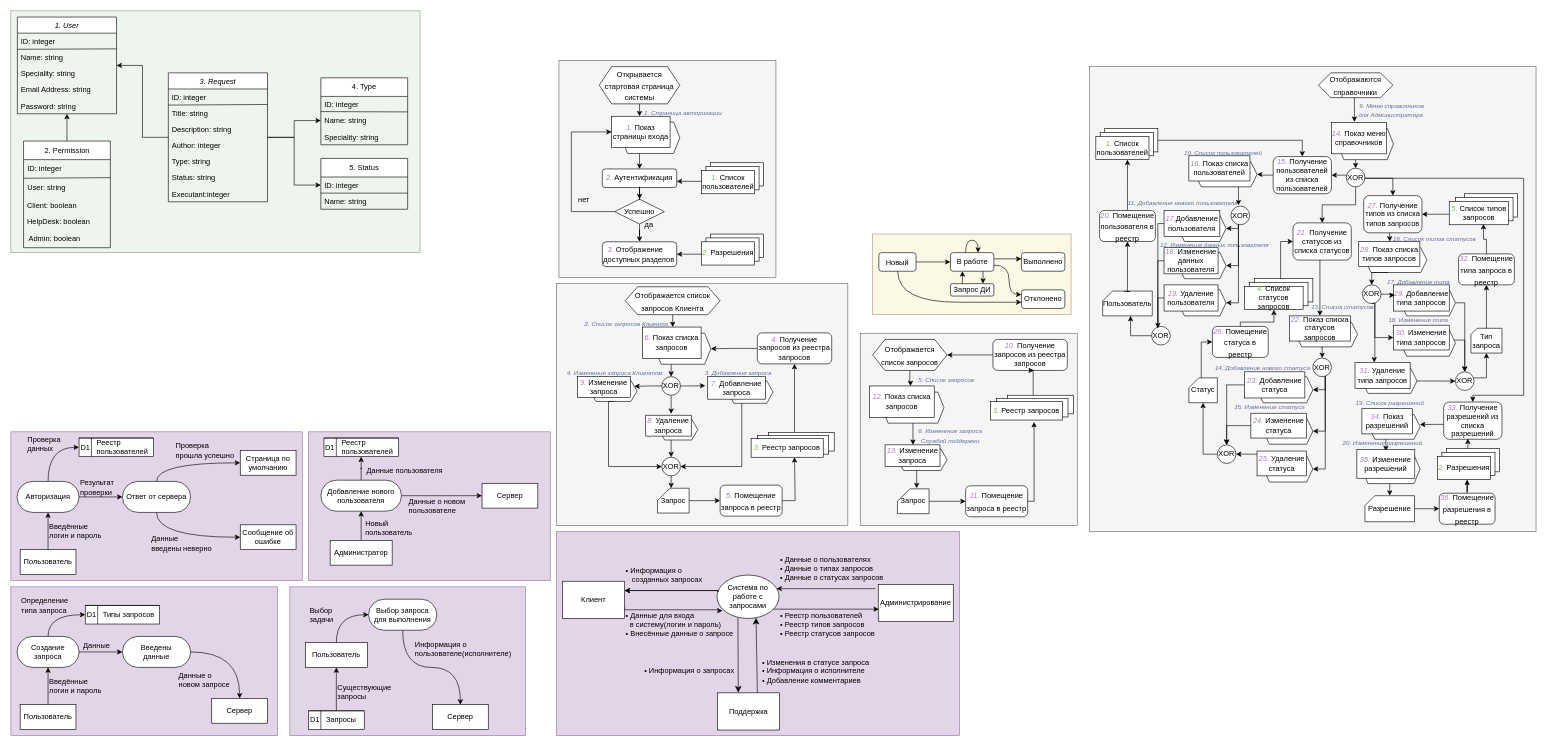
Above: Диаграмма без названия.drawio in Fuamau/BlogProvider (draw.io), before the change. Source tidied: cells renumbered, new cells numbered last; positions are measured from the earlier drawing's top-left corner, leaving out a move shared by most shapes. Both pictures are drawn from the tidied source at 62%, with x=0, y=0 at pixel (11, 11).
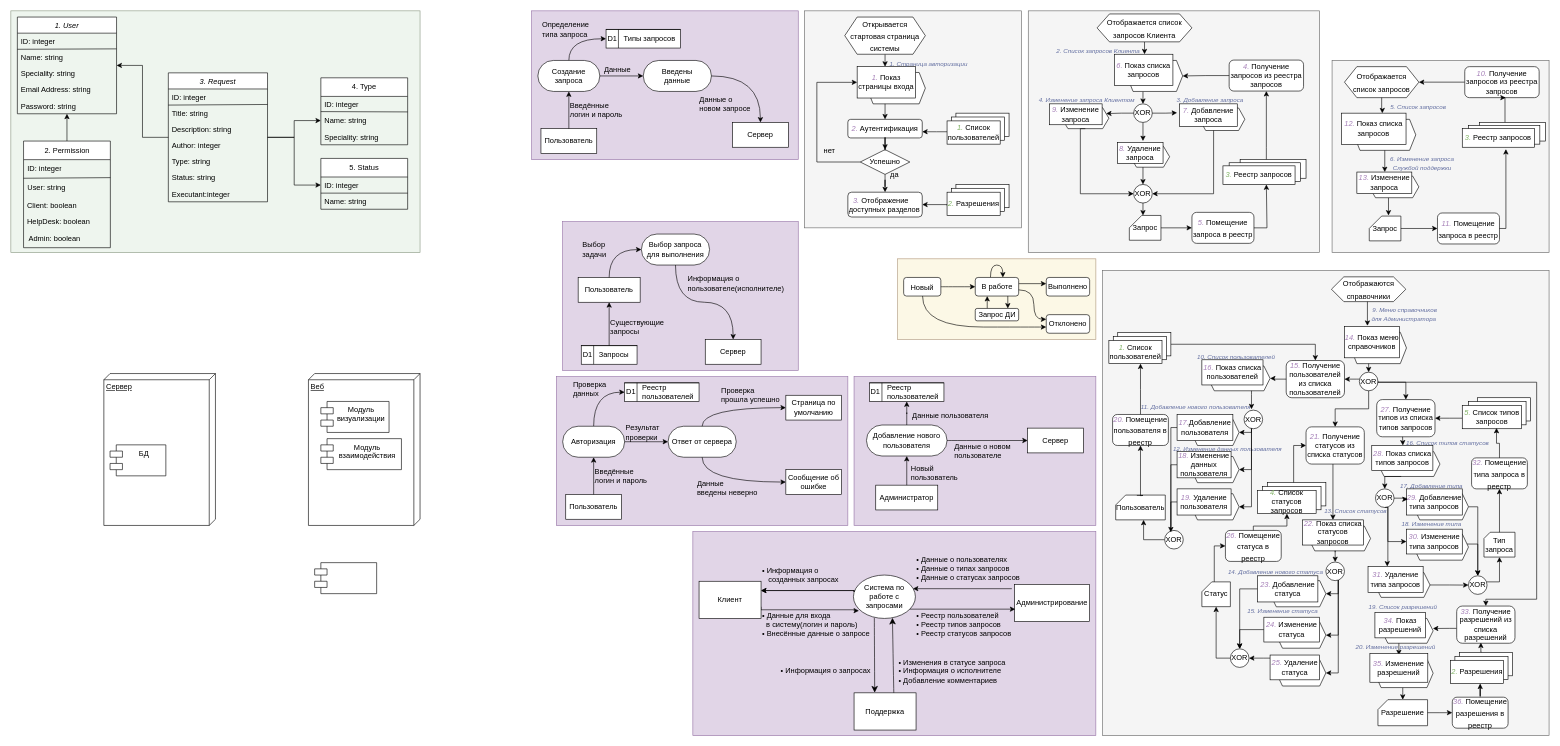
The same page after the edit.

What changed in the source:
```diff
@@
     <mxCell id="2" style="group;fillColor=#e1d5e7;strokeColor=#9673a6;" parent="1" vertex="1">
-      <mxGeometry x="880" y="840" width="650" height="329" as="geometry" />
+      <mxGeometry x="1100" y="840" width="650" height="329" as="geometry" />
     </mxCell>
     <mxCell id="3" style="group;" parent="1" vertex="1">
-      <mxGeometry y="929" width="430" height="240" as="geometry" />
+      <mxGeometry x="840" width="430" height="240" as="geometry" />
     </mxCell>
@@
     <mxCell id="19" style="group;" parent="1" vertex="1">
-      <mxGeometry x="450" y="929" width="380" height="240" as="geometry" />
+      <mxGeometry x="890" y="340" width="380" height="240" as="geometry" />
     </mxCell>
@@
     <mxCell id="32" style="group;" parent="1" vertex="1">
-      <mxGeometry y="679" width="470" height="240" as="geometry" />
+      <mxGeometry x="880" y="590" width="470" height="240" as="geometry" />
     </mxCell>
@@
     <mxCell id="51" style="edgeStyle=orthogonalEdgeStyle;rounded=0;jettySize=auto;html=1;exitX=0.013;exitY=0.357;exitDx=0;exitDy=0;exitPerimeter=0;entryX=1;entryY=0.25;entryDx=0;entryDy=0;" parent="1" edge="1" source="53" target="55">
       <mxGeometry relative="1" as="geometry">
         <Array as="points">
-          <mxPoint x="1140" y="937" />
-          <mxPoint x="1140" y="935" />
+          <mxPoint x="1360" y="937" />
+          <mxPoint x="1360" y="935" />
         </Array>
       </mxGeometry>
     </mxCell>
@@
     <mxCell id="53" value="Система по работе с запросами" style="ellipse;whiteSpace=wrap;html=1;shadow=0;" parent="1" vertex="1">
-      <mxGeometry x="1139" y="910" width="100" height="70" as="geometry" />
+      <mxGeometry x="1359" y="910" width="100" height="70" as="geometry" />
     </mxCell>
     <mxCell id="54" style="edgeStyle=orthogonalEdgeStyle;rounded=0;jettySize=auto;html=1;exitX=1;exitY=0.686;exitDx=0;exitDy=0;exitPerimeter=0;entryX=0.089;entryY=0.822;entryDx=0;entryDy=0;entryPerimeter=0;" parent="1" edge="1" source="55" target="53">
       <mxGeometry relative="1" as="geometry">
         <Array as="points">
-          <mxPoint x="980" y="966" />
-          <mxPoint x="1140" y="966" />
-          <mxPoint x="1140" y="968" />
-          <mxPoint x="1148" y="968" />
+          <mxPoint x="1200" y="966" />
+          <mxPoint x="1360" y="966" />
+          <mxPoint x="1360" y="968" />
+          <mxPoint x="1368" y="968" />
         </Array>
       </mxGeometry>
     </mxCell>
     <mxCell id="55" value="Клиент" style="whiteSpace=wrap;html=1;" parent="1" vertex="1">
-      <mxGeometry x="890" y="920" width="100" height="60" as="geometry" />
+      <mxGeometry x="1110" y="920" width="100" height="60" as="geometry" />
     </mxCell>
@@
     <mxCell id="57" value="Администрирование" style="whiteSpace=wrap;html=1;" parent="1" vertex="1">
-      <mxGeometry x="1399" y="925" width="121" height="60" as="geometry" />
+      <mxGeometry x="1619" y="925" width="121" height="60" as="geometry" />
     </mxCell>
     <mxCell id="58" value="• Данные о пользователях&lt;br&gt;• Данные о типах запросов&lt;br&gt;• Данные о статусах запросов" style="text;html=1;align=left;verticalAlign=middle;strokeColor=none;fillColor=none;" parent="1" vertex="1">
-      <mxGeometry x="1239" y="870" width="190" height="60" as="geometry" />
+      <mxGeometry x="1459" y="870" width="190" height="60" as="geometry" />
     </mxCell>
     <mxCell id="59" value="• Реестр пользователей&lt;br&gt;• Реестр типов запросов&lt;br&gt;• Реестр статусов запросов" style="text;html=1;align=left;verticalAlign=middle;strokeColor=none;fillColor=none;" parent="1" vertex="1">
-      <mxGeometry x="1239" y="960" width="180" height="60" as="geometry" />
+      <mxGeometry x="1459" y="960" width="180" height="60" as="geometry" />
     </mxCell>
     <mxCell id="60" value="• Информация о &lt;br&gt;&amp;nbsp; &amp;nbsp;созданных запросах&lt;br&gt;" style="text;html=1;align=left;verticalAlign=middle;strokeColor=none;fillColor=none;" parent="1" vertex="1">
-      <mxGeometry x="990" y="890" width="150" height="40" as="geometry" />
+      <mxGeometry x="1210" y="890" width="150" height="40" as="geometry" />
     </mxCell>
     <mxCell id="61" value="• Данные для входа &lt;br&gt;&lt;div style=&quot;&quot;&gt;&lt;span style=&quot;background-color: initial;&quot;&gt;&amp;nbsp; в систему(логин и пароль)&lt;/span&gt;&lt;/div&gt;• Внесённые данные о запросе" style="text;html=1;align=left;verticalAlign=middle;strokeColor=none;fillColor=none;" parent="1" vertex="1">
-      <mxGeometry x="990" y="960" width="200" height="60" as="geometry" />
+      <mxGeometry x="1210" y="960" width="200" height="60" as="geometry" />
     </mxCell>
     <mxCell id="62" style="edgeStyle=orthogonalEdgeStyle;rounded=0;orthogonalLoop=1;jettySize=auto;html=1;exitX=1;exitY=1;exitDx=0;exitDy=0;" parent="1" edge="1">
       <mxGeometry relative="1" as="geometry">
-        <mxPoint x="1230" y="965" as="sourcePoint" />
-        <mxPoint x="1400" y="965" as="targetPoint" />
+        <mxPoint x="1450" y="965" as="sourcePoint" />
+        <mxPoint x="1620" y="965" as="targetPoint" />
       </mxGeometry>
     </mxCell>
@@
     <mxCell id="64" value="Поддержка" style="whiteSpace=wrap;html=1;" parent="1" vertex="1">
-      <mxGeometry x="1140" y="1100" width="100" height="60" as="geometry" />
+      <mxGeometry x="1360" y="1100" width="100" height="60" as="geometry" />
     </mxCell>
@@
     <mxCell id="66" style="edgeStyle=orthogonalEdgeStyle;rounded=0;orthogonalLoop=1;jettySize=auto;html=1;exitX=0.013;exitY=0.357;exitDx=0;exitDy=0;exitPerimeter=0;entryX=1;entryY=0.25;entryDx=0;entryDy=0;" parent="1" edge="1">
       <mxGeometry relative="1" as="geometry">
-        <mxPoint x="1140" y="935" as="sourcePoint" />
-        <mxPoint x="990" y="935" as="targetPoint" />
+        <mxPoint x="1360" y="935" as="sourcePoint" />
+        <mxPoint x="1210" y="935" as="targetPoint" />
         <Array as="points">
-          <mxPoint x="1140" y="937" />
-          <mxPoint x="1140" y="935" />
+          <mxPoint x="1360" y="937" />
+          <mxPoint x="1360" y="935" />
         </Array>
       </mxGeometry>
     </mxCell>
     <mxCell id="67" value="• Информация о запросах" style="text;html=1;align=left;verticalAlign=middle;strokeColor=none;fillColor=none;" parent="1" vertex="1">
-      <mxGeometry x="1020" y="1050" width="170" height="30" as="geometry" />
+      <mxGeometry x="1240" y="1050" width="170" height="30" as="geometry" />
     </mxCell>
     <mxCell id="68" value="• Изменения в статусе запроса&lt;br&gt;• Информация о исполнителе&lt;br&gt;• Добавление комментариев" style="text;html=1;align=left;verticalAlign=middle;strokeColor=none;fillColor=none;" parent="1" vertex="1">
-      <mxGeometry x="1210" y="1034.5" width="200" height="60" as="geometry" />
+      <mxGeometry x="1430" y="1034.5" width="200" height="60" as="geometry" />
     </mxCell>
     <mxCell id="69" style="text;strokeColor=#9673a6;fillColor=#e1d5e7;align=left;verticalAlign=middle;spacingTop=-1;spacingLeft=4;spacingRight=4;labelPosition=right;" parent="1" vertex="1">
-      <mxGeometry x="480" y="679" width="390" height="240" as="geometry" />
+      <mxGeometry x="1360" y="590" width="390" height="240" as="geometry" />
     </mxCell>
     <mxCell id="70" value="Сервер" style="whiteSpace=wrap;html=1;" parent="1" vertex="1">
-      <mxGeometry x="760" y="762" width="90" height="40" as="geometry" />
+      <mxGeometry x="1640" y="673" width="90" height="40" as="geometry" />
     </mxCell>
     <mxCell id="71" value="Администратор" style="whiteSpace=wrap;html=1;" parent="1" vertex="1">
-      <mxGeometry x="515" y="854" width="100" height="40" as="geometry" />
+      <mxGeometry x="1395" y="765" width="100" height="40" as="geometry" />
     </mxCell>
@@
     <mxCell id="73" value="Добавление нового пользователя" style="rounded=1;whiteSpace=wrap;html=1;arcSize=50;" parent="1" vertex="1">
-      <mxGeometry x="500" y="757" width="130" height="50" as="geometry" />
+      <mxGeometry x="1380" y="668" width="130" height="50" as="geometry" />
     </mxCell>
@@
     <mxCell id="75" value="&lt;span style=&quot;white-space: pre;&quot;&gt;&#9;&lt;/span&gt;Реестр&lt;br&gt;&amp;nbsp;&amp;nbsp;&lt;span style=&quot;white-space: pre;&quot;&gt;&#9;&lt;/span&gt;пользователей" style="shape=internalStorage;whiteSpace=wrap;html=1;backgroundOutline=1;dx=20;dy=0;align=left;" parent="1" vertex="1">
-      <mxGeometry x="505" y="689" width="120" height="30" as="geometry" />
+      <mxGeometry x="1385" y="600" width="120" height="30" as="geometry" />
     </mxCell>
@@
     <mxCell id="77" value="D1" style="text;html=1;align=left;verticalAlign=middle;strokeColor=none;fillColor=none;" parent="1" vertex="1">
-      <mxGeometry x="505" y="689" width="40" height="30" as="geometry" />
+      <mxGeometry x="1385" y="600" width="40" height="30" as="geometry" />
     </mxCell>
     <mxCell id="78" value="Данные пользователя" style="text;html=1;align=center;verticalAlign=middle;strokeColor=none;fillColor=none;" parent="1" vertex="1">
-      <mxGeometry x="560" y="727" width="150" height="30" as="geometry" />
+      <mxGeometry x="1440" y="638" width="150" height="30" as="geometry" />
     </mxCell>
     <mxCell id="79" value="Новый &lt;br&gt;пользователь" style="text;html=1;align=left;verticalAlign=middle;strokeColor=none;fillColor=none;" parent="1" vertex="1">
-      <mxGeometry x="570" y="814" width="100" height="40" as="geometry" />
+      <mxGeometry x="1450" y="725" width="100" height="40" as="geometry" />
     </mxCell>
     <mxCell id="80" value="Данные о новом &lt;br&gt;пользователе" style="text;html=1;align=left;verticalAlign=middle;strokeColor=none;fillColor=none;" parent="1" vertex="1">
-      <mxGeometry x="640" y="779" width="110" height="40" as="geometry" />
+      <mxGeometry x="1520" y="690" width="110" height="40" as="geometry" />
     </mxCell>
     <mxCell id="81" style="group;" parent="1" vertex="1">
-      <mxGeometry x="1390" y="360" width="320" height="130" as="geometry" />
+      <mxGeometry x="1430" y="400" width="320" height="130" as="geometry" />
     </mxCell>
@@
     <mxCell id="134" style="group;" parent="1" vertex="1">
-      <mxGeometry x="1370" y="520" width="350" height="310" as="geometry" />
+      <mxGeometry x="2131" y="80" width="350" height="310" as="geometry" />
     </mxCell>
@@
     <mxCell id="159" style="group;" parent="1" vertex="1">
-      <mxGeometry x="880" y="440" width="470" height="390" as="geometry" />
+      <mxGeometry x="1641" width="470" height="390" as="geometry" />
     </mxCell>
@@
     <mxCell id="199" style="group;" parent="1" vertex="1">
-      <mxGeometry x="884" y="80" width="350" height="350" as="geometry" />
+      <mxGeometry x="1280" width="350" height="350" as="geometry" />
     </mxCell>
@@
     <mxCell id="224" style="group;" parent="1" vertex="1">
-      <mxGeometry x="1740" y="90" width="720" height="750" as="geometry" />
+      <mxGeometry x="1761" y="419" width="720" height="750" as="geometry" />
     </mxCell>
@@
+    <mxCell id="353" value="Веб" style="verticalAlign=top;align=left;spacingTop=8;spacingLeft=2;spacingRight=12;shape=cube;size=10;direction=south;fontStyle=4;html=1;whiteSpace=wrap;" parent="1" vertex="1">
+      <mxGeometry x="480" y="585" width="180" height="245" as="geometry" />
+    </mxCell>
+    <mxCell id="354" value="Сервер" style="verticalAlign=top;align=left;spacingTop=8;spacingLeft=2;spacingRight=12;shape=cube;size=10;direction=south;fontStyle=4;html=1;whiteSpace=wrap;" parent="1" vertex="1">
+      <mxGeometry x="150" y="585" width="180" height="245" as="geometry" />
+    </mxCell>
+    <mxCell id="355" value="Модуль визуализации" style="shape=module;align=left;spacingLeft=20;align=center;verticalAlign=top;whiteSpace=wrap;html=1;" parent="1" vertex="1">
+      <mxGeometry x="500" y="630" width="110" height="50" as="geometry" />
+    </mxCell>
+    <mxCell id="356" value="Модуль взаимодействия" style="shape=module;align=left;spacingLeft=20;align=center;verticalAlign=top;whiteSpace=wrap;html=1;" parent="1" vertex="1">
+      <mxGeometry x="500" y="690" width="130" height="50" as="geometry" />
+    </mxCell>
+    <mxCell id="357" value="БД" style="shape=module;align=center;spacingLeft=20;align=center;verticalAlign=top;whiteSpace=wrap;html=1;" parent="1" vertex="1">
+      <mxGeometry x="160" y="700" width="90" height="50" as="geometry" />
+    </mxCell>
+    <mxCell id="358" style="shape=module;align=left;spacingLeft=20;align=center;verticalAlign=top;whiteSpace=wrap;html=1;" parent="1" vertex="1">
+      <mxGeometry x="490" y="890" width="100" height="50" as="geometry" />
+    </mxCell>
```
